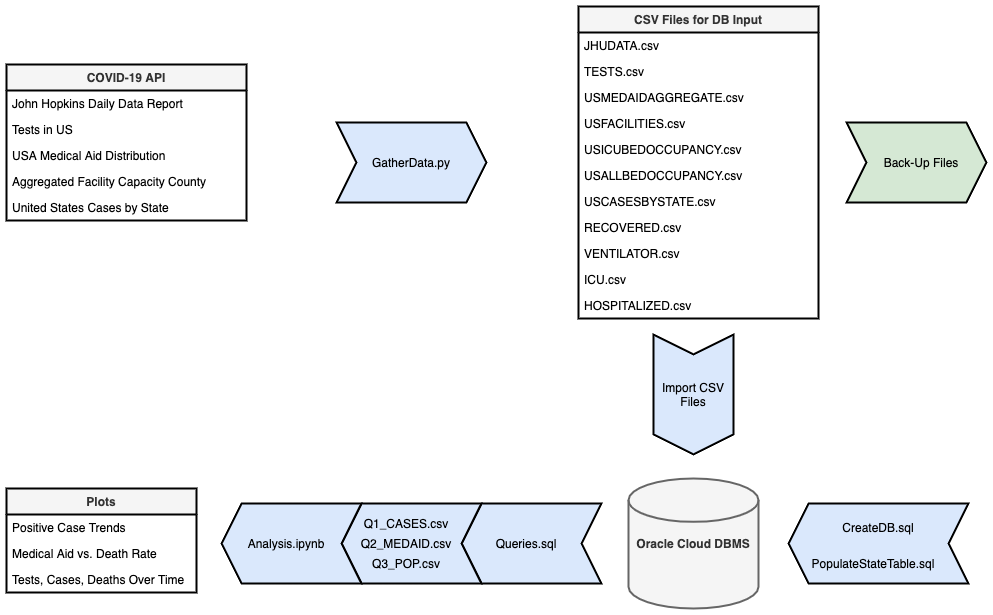
This is diagrams/DataInsertionExtraction.png from sahba-t/covidTracker, a draw.io export, as it was before one commit. Source tidied: cells renumbered, new cells last; positions are measured from the earlier drawing's top-left corner, leaving out a move shared by most shapes. Source of this version:
```xml
<mxGraphModel>
  <root>
    <mxCell id="0" />
    <mxCell id="1" parent="0" />
    <mxCell id="2" style="shape=step;perimeter=stepPerimeter;whiteSpace=wrap;html=1;fixedSize=1;rotation=-180;fillColor=#dae8fc;strokeColor=#000000;strokeWidth=2;" parent="1" vertex="1">
      <mxGeometry x="782" y="497" width="180" height="80" as="geometry" />
    </mxCell>
    <mxCell id="3" value="GatherData.py" style="shape=step;perimeter=stepPerimeter;whiteSpace=wrap;html=1;fixedSize=1;fillColor=#dae8fc;strokeColor=#000000;strokeWidth=2;" parent="1" vertex="1">
      <mxGeometry x="330" y="116" width="150" height="80" as="geometry" />
    </mxCell>
    <mxCell id="4" value="COVID-19 API" style="swimlane;fontStyle=1;horizontal=1;startSize=26;fillColor=#f5f5f5;strokeColor=#000000;fontColor=#333333;strokeWidth=2;" parent="1" vertex="1">
      <mxGeometry y="58" width="240" height="156" as="geometry" />
    </mxCell>
    <mxCell id="5" value="John Hopkins Daily Data Report" style="text;strokeColor=none;fillColor=none;align=left;verticalAlign=top;spacingLeft=4;spacingRight=4;overflow=hidden;" parent="4" vertex="1">
      <mxGeometry y="26" width="240" height="26" as="geometry" />
    </mxCell>
    <mxCell id="6" value="Tests in US" style="text;strokeColor=none;fillColor=none;align=left;verticalAlign=top;spacingLeft=4;spacingRight=4;overflow=hidden;" parent="4" vertex="1">
      <mxGeometry y="52" width="240" height="26" as="geometry" />
    </mxCell>
    <mxCell id="7" value="USA Medical Aid Distribution" style="text;strokeColor=none;fillColor=none;align=left;verticalAlign=top;spacingLeft=4;spacingRight=4;overflow=hidden;" parent="4" vertex="1">
      <mxGeometry y="78" width="240" height="26" as="geometry" />
    </mxCell>
    <mxCell id="8" value="Aggregated Facility Capacity County" style="text;strokeColor=none;fillColor=none;align=left;verticalAlign=top;spacingLeft=4;spacingRight=4;overflow=hidden;" parent="4" vertex="1">
      <mxGeometry y="104" width="240" height="26" as="geometry" />
    </mxCell>
    <mxCell id="9" value="United States Cases by State" style="text;strokeColor=none;fillColor=none;align=left;verticalAlign=top;spacingLeft=4;spacingRight=4;overflow=hidden;" parent="4" vertex="1">
      <mxGeometry y="130" width="240" height="26" as="geometry" />
    </mxCell>
    <mxCell id="10" style="shape=step;perimeter=stepPerimeter;whiteSpace=wrap;html=1;fixedSize=1;rotation=0;fillColor=#d5e8d4;strokeColor=#000000;strokeWidth=2;" parent="1" vertex="1">
      <mxGeometry x="840" y="116" width="140" height="80" as="geometry" />
    </mxCell>
    <mxCell id="11" value="Back-Up Files" style="text;html=1;strokeColor=none;fillColor=none;align=center;verticalAlign=middle;whiteSpace=wrap;rounded=0;" parent="1" vertex="1">
      <mxGeometry x="850" y="146" width="130" height="20" as="geometry" />
    </mxCell>
    <mxCell id="12" value="Oracle Cloud DBMS" style="strokeWidth=2;html=1;shape=mxgraph.flowchart.database;whiteSpace=wrap;fillColor=#f5f5f5;strokeColor=#666666;fontColor=#333333;fontStyle=1;" parent="1" vertex="1">
      <mxGeometry x="622" y="472" width="130" height="130" as="geometry" />
    </mxCell>
    <mxCell id="13" value="CreateDB.sql" style="text;html=1;strokeColor=none;fillColor=none;align=center;verticalAlign=middle;whiteSpace=wrap;rounded=0;" parent="1" vertex="1">
      <mxGeometry x="807" y="511" width="130" height="20" as="geometry" />
    </mxCell>
    <mxCell id="14" value="PopulateStateTable.sql" style="text;html=1;strokeColor=none;fillColor=none;align=center;verticalAlign=middle;whiteSpace=wrap;rounded=0;" parent="1" vertex="1">
      <mxGeometry x="802" y="547" width="130" height="20" as="geometry" />
    </mxCell>
    <mxCell id="15" style="shape=step;perimeter=stepPerimeter;whiteSpace=wrap;html=1;fixedSize=1;rotation=90;fillColor=#dae8fc;strokeColor=#000000;strokeWidth=2;" parent="1" vertex="1">
      <mxGeometry x="627" y="348" width="120" height="80" as="geometry" />
    </mxCell>
    <mxCell id="16" value="Import CSV&lt;br&gt;Files" style="text;html=1;strokeColor=none;fillColor=none;align=center;verticalAlign=middle;whiteSpace=wrap;rounded=0;" parent="1" vertex="1">
      <mxGeometry x="622" y="378" width="130" height="20" as="geometry" />
    </mxCell>
    <mxCell id="17" style="edgeStyle=orthogonalEdgeStyle;rounded=0;orthogonalLoop=1;jettySize=auto;html=1;exitX=0.5;exitY=1;exitDx=0;exitDy=0;" parent="1" edge="1" source="16" target="16">
      <mxGeometry relative="1" as="geometry" />
    </mxCell>
    <mxCell id="18" style="shape=step;perimeter=stepPerimeter;whiteSpace=wrap;html=1;fixedSize=1;rotation=-180;fillColor=#dae8fc;strokeColor=#000000;strokeWidth=2;" parent="1" vertex="1">
      <mxGeometry x="455" y="497" width="140" height="80" as="geometry" />
    </mxCell>
    <mxCell id="19" value="Queries.sql" style="text;html=1;strokeColor=none;fillColor=none;align=center;verticalAlign=middle;whiteSpace=wrap;rounded=0;" parent="1" vertex="1">
      <mxGeometry x="455" y="527" width="130" height="20" as="geometry" />
    </mxCell>
    <mxCell id="20" style="shape=step;perimeter=stepPerimeter;whiteSpace=wrap;html=1;fixedSize=1;rotation=-180;fillColor=#dae8fc;strokeColor=#000000;strokeWidth=2;" parent="1" vertex="1">
      <mxGeometry x="335" y="497" width="140" height="80" as="geometry" />
    </mxCell>
    <mxCell id="21" value="Q2_MEDAID.csv" style="text;html=1;strokeColor=none;fillColor=none;align=center;verticalAlign=middle;whiteSpace=wrap;rounded=0;" parent="1" vertex="1">
      <mxGeometry x="335" y="527" width="130" height="20" as="geometry" />
    </mxCell>
    <mxCell id="22" value="Q1_CASES.csv" style="text;html=1;strokeColor=none;fillColor=none;align=center;verticalAlign=middle;whiteSpace=wrap;rounded=0;" parent="1" vertex="1">
      <mxGeometry x="335" y="507" width="130" height="20" as="geometry" />
    </mxCell>
    <mxCell id="23" value="Q3_POP.csv" style="text;html=1;strokeColor=none;fillColor=none;align=center;verticalAlign=middle;whiteSpace=wrap;rounded=0;" parent="1" vertex="1">
      <mxGeometry x="335" y="547" width="130" height="20" as="geometry" />
    </mxCell>
    <mxCell id="24" style="shape=step;perimeter=stepPerimeter;whiteSpace=wrap;html=1;fixedSize=1;rotation=-180;fillColor=#dae8fc;strokeColor=#000000;strokeWidth=2;" parent="1" vertex="1">
      <mxGeometry x="215" y="497" width="140" height="80" as="geometry" />
    </mxCell>
    <mxCell id="25" value="Analysis.ipynb" style="text;html=1;strokeColor=none;fillColor=none;align=center;verticalAlign=middle;whiteSpace=wrap;rounded=0;" parent="1" vertex="1">
      <mxGeometry x="215" y="527" width="130" height="20" as="geometry" />
    </mxCell>
    <mxCell id="26" value="Plots" style="swimlane;fontStyle=1;horizontal=1;startSize=26;fillColor=#f5f5f5;strokeColor=#000000;fontColor=#333333;strokeWidth=2;" parent="1" vertex="1">
      <mxGeometry y="482" width="190" height="104" as="geometry" />
    </mxCell>
    <mxCell id="27" value="Positive Case Trends" style="text;strokeColor=none;fillColor=none;align=left;verticalAlign=top;spacingLeft=4;spacingRight=4;overflow=hidden;" parent="26" vertex="1">
      <mxGeometry y="26" width="190" height="26" as="geometry" />
    </mxCell>
    <mxCell id="28" value="Medical Aid vs. Death Rate" style="text;strokeColor=none;fillColor=none;align=left;verticalAlign=top;spacingLeft=4;spacingRight=4;overflow=hidden;" parent="26" vertex="1">
      <mxGeometry y="52" width="190" height="26" as="geometry" />
    </mxCell>
    <mxCell id="29" value="Tests, Cases, Deaths Over Time" style="text;strokeColor=none;fillColor=none;align=left;verticalAlign=top;spacingLeft=4;spacingRight=4;overflow=hidden;" parent="26" vertex="1">
      <mxGeometry y="78" width="190" height="26" as="geometry" />
    </mxCell>
    <mxCell id="30" value="CSV Files for DB Input" style="swimlane;fontStyle=1;horizontal=1;startSize=26;fillColor=#f5f5f5;strokeColor=#000000;fontColor=#333333;strokeWidth=2;" parent="1" vertex="1">
      <mxGeometry x="572" width="240" height="312" as="geometry" />
    </mxCell>
    <mxCell id="31" value="JHUDATA.csv" style="text;strokeColor=none;fillColor=none;align=left;verticalAlign=top;spacingLeft=4;spacingRight=4;overflow=hidden;" parent="30" vertex="1">
      <mxGeometry y="26" width="240" height="26" as="geometry" />
    </mxCell>
    <mxCell id="32" value="TESTS.csv" style="text;strokeColor=none;fillColor=none;align=left;verticalAlign=top;spacingLeft=4;spacingRight=4;overflow=hidden;" parent="30" vertex="1">
      <mxGeometry y="52" width="240" height="26" as="geometry" />
    </mxCell>
    <mxCell id="33" value="USMEDAIDAGGREGATE.csv" style="text;strokeColor=none;fillColor=none;align=left;verticalAlign=top;spacingLeft=4;spacingRight=4;overflow=hidden;" parent="30" vertex="1">
      <mxGeometry y="78" width="240" height="26" as="geometry" />
    </mxCell>
    <mxCell id="34" value="USFACILITIES.csv" style="text;strokeColor=none;fillColor=none;align=left;verticalAlign=top;spacingLeft=4;spacingRight=4;overflow=hidden;" parent="30" vertex="1">
      <mxGeometry y="104" width="240" height="26" as="geometry" />
    </mxCell>
    <mxCell id="35" value="USICUBEDOCCUPANCY.csv" style="text;strokeColor=none;fillColor=none;align=left;verticalAlign=top;spacingLeft=4;spacingRight=4;overflow=hidden;" parent="30" vertex="1">
      <mxGeometry y="130" width="240" height="26" as="geometry" />
    </mxCell>
    <mxCell id="36" value="USALLBEDOCCUPANCY.csv" style="text;strokeColor=none;fillColor=none;align=left;verticalAlign=top;spacingLeft=4;spacingRight=4;overflow=hidden;" parent="30" vertex="1">
      <mxGeometry y="156" width="240" height="26" as="geometry" />
    </mxCell>
    <mxCell id="37" value="USCASESBYSTATE.csv" style="text;strokeColor=none;fillColor=none;align=left;verticalAlign=top;spacingLeft=4;spacingRight=4;overflow=hidden;" parent="30" vertex="1">
      <mxGeometry y="182" width="240" height="26" as="geometry" />
    </mxCell>
    <mxCell id="38" value="RECOVERED.csv" style="text;strokeColor=none;fillColor=none;align=left;verticalAlign=top;spacingLeft=4;spacingRight=4;overflow=hidden;" parent="30" vertex="1">
      <mxGeometry y="208" width="240" height="26" as="geometry" />
    </mxCell>
    <mxCell id="39" value="VENTILATOR.csv" style="text;strokeColor=none;fillColor=none;align=left;verticalAlign=top;spacingLeft=4;spacingRight=4;overflow=hidden;" parent="30" vertex="1">
      <mxGeometry y="234" width="240" height="26" as="geometry" />
    </mxCell>
    <mxCell id="40" value="ICU.csv" style="text;strokeColor=none;fillColor=none;align=left;verticalAlign=top;spacingLeft=4;spacingRight=4;overflow=hidden;" parent="30" vertex="1">
      <mxGeometry y="260" width="240" height="26" as="geometry" />
    </mxCell>
    <mxCell id="41" value="HOSPITALIZED.csv" style="text;strokeColor=none;fillColor=none;align=left;verticalAlign=top;spacingLeft=4;spacingRight=4;overflow=hidden;" parent="30" vertex="1">
      <mxGeometry y="286" width="240" height="26" as="geometry" />
    </mxCell>
  </root>
</mxGraphModel>
```
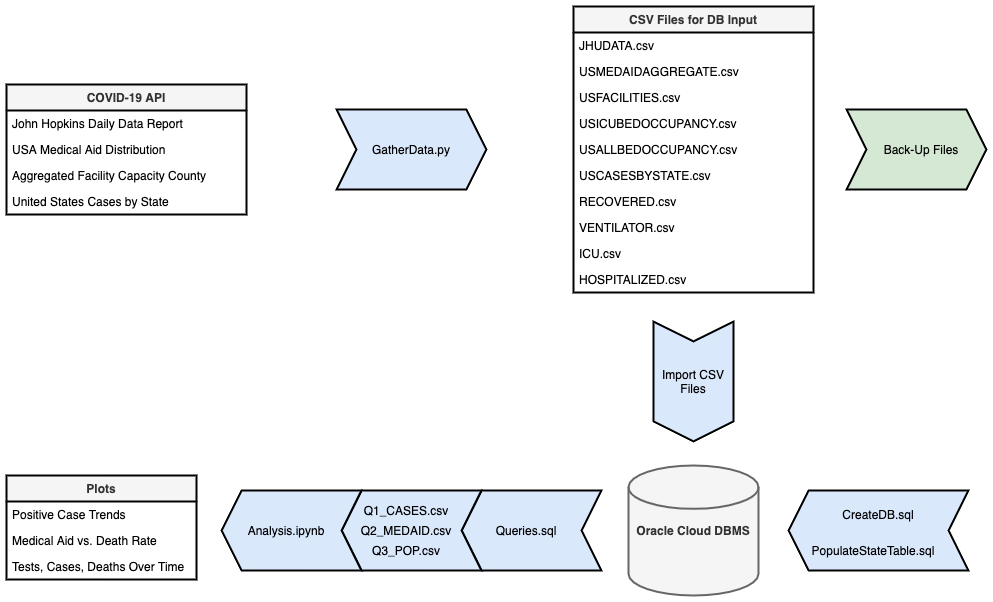
After the commit.

Diff of the diagram source:
```diff
@@ -8,24 +8,6 @@
     <mxCell id="3" value="GatherData.py" style="shape=step;perimeter=stepPerimeter;whiteSpace=wrap;html=1;fixedSize=1;fillColor=#dae8fc;strokeColor=#000000;strokeWidth=2;" parent="1" vertex="1">
       <mxGeometry x="330" y="116" width="150" height="80" as="geometry" />
     </mxCell>
-    <mxCell id="4" value="COVID-19 API" style="swimlane;fontStyle=1;horizontal=1;startSize=26;fillColor=#f5f5f5;strokeColor=#000000;fontColor=#333333;strokeWidth=2;" parent="1" vertex="1">
-      <mxGeometry y="58" width="240" height="156" as="geometry" />
-    </mxCell>
-    <mxCell id="5" value="John Hopkins Daily Data Report" style="text;strokeColor=none;fillColor=none;align=left;verticalAlign=top;spacingLeft=4;spacingRight=4;overflow=hidden;" parent="4" vertex="1">
-      <mxGeometry y="26" width="240" height="26" as="geometry" />
-    </mxCell>
-    <mxCell id="6" value="Tests in US" style="text;strokeColor=none;fillColor=none;align=left;verticalAlign=top;spacingLeft=4;spacingRight=4;overflow=hidden;" parent="4" vertex="1">
-      <mxGeometry y="52" width="240" height="26" as="geometry" />
-    </mxCell>
-    <mxCell id="7" value="USA Medical Aid Distribution" style="text;strokeColor=none;fillColor=none;align=left;verticalAlign=top;spacingLeft=4;spacingRight=4;overflow=hidden;" parent="4" vertex="1">
-      <mxGeometry y="78" width="240" height="26" as="geometry" />
-    </mxCell>
-    <mxCell id="8" value="Aggregated Facility Capacity County" style="text;strokeColor=none;fillColor=none;align=left;verticalAlign=top;spacingLeft=4;spacingRight=4;overflow=hidden;" parent="4" vertex="1">
-      <mxGeometry y="104" width="240" height="26" as="geometry" />
-    </mxCell>
-    <mxCell id="9" value="United States Cases by State" style="text;strokeColor=none;fillColor=none;align=left;verticalAlign=top;spacingLeft=4;spacingRight=4;overflow=hidden;" parent="4" vertex="1">
-      <mxGeometry y="130" width="240" height="26" as="geometry" />
-    </mxCell>
     <mxCell id="10" style="shape=step;perimeter=stepPerimeter;whiteSpace=wrap;html=1;fixedSize=1;rotation=0;fillColor=#d5e8d4;strokeColor=#000000;strokeWidth=2;" parent="1" vertex="1">
       <mxGeometry x="840" y="116" width="140" height="80" as="geometry" />
     </mxCell>
@@ -86,41 +68,53 @@
     <mxCell id="29" value="Tests, Cases, Deaths Over Time" style="text;strokeColor=none;fillColor=none;align=left;verticalAlign=top;spacingLeft=4;spacingRight=4;overflow=hidden;" parent="26" vertex="1">
       <mxGeometry y="78" width="190" height="26" as="geometry" />
     </mxCell>
+    <mxCell id="4" value="COVID-19 API" style="swimlane;fontStyle=1;horizontal=1;startSize=26;fillColor=#f5f5f5;strokeColor=#000000;fontColor=#333333;strokeWidth=2;" parent="1" vertex="1">
+      <mxGeometry y="91" width="240" height="130" as="geometry" />
+    </mxCell>
+    <mxCell id="5" value="John Hopkins Daily Data Report" style="text;strokeColor=none;fillColor=none;align=left;verticalAlign=top;spacingLeft=4;spacingRight=4;overflow=hidden;" parent="4" vertex="1">
+      <mxGeometry y="26" width="240" height="26" as="geometry" />
+    </mxCell>
+    <mxCell id="7" value="USA Medical Aid Distribution" style="text;strokeColor=none;fillColor=none;align=left;verticalAlign=top;spacingLeft=4;spacingRight=4;overflow=hidden;" parent="4" vertex="1">
+      <mxGeometry y="52" width="240" height="26" as="geometry" />
+    </mxCell>
+    <mxCell id="8" value="Aggregated Facility Capacity County" style="text;strokeColor=none;fillColor=none;align=left;verticalAlign=top;spacingLeft=4;spacingRight=4;overflow=hidden;" parent="4" vertex="1">
+      <mxGeometry y="78" width="240" height="26" as="geometry" />
+    </mxCell>
+    <mxCell id="9" value="United States Cases by State" style="text;strokeColor=none;fillColor=none;align=left;verticalAlign=top;spacingLeft=4;spacingRight=4;overflow=hidden;" parent="4" vertex="1">
+      <mxGeometry y="104" width="240" height="26" as="geometry" />
+    </mxCell>
     <mxCell id="30" value="CSV Files for DB Input" style="swimlane;fontStyle=1;horizontal=1;startSize=26;fillColor=#f5f5f5;strokeColor=#000000;fontColor=#333333;strokeWidth=2;" parent="1" vertex="1">
-      <mxGeometry x="572" width="240" height="312" as="geometry" />
+      <mxGeometry x="567" y="13" width="240" height="286" as="geometry" />
     </mxCell>
     <mxCell id="31" value="JHUDATA.csv" style="text;strokeColor=none;fillColor=none;align=left;verticalAlign=top;spacingLeft=4;spacingRight=4;overflow=hidden;" parent="30" vertex="1">
       <mxGeometry y="26" width="240" height="26" as="geometry" />
     </mxCell>
-    <mxCell id="32" value="TESTS.csv" style="text;strokeColor=none;fillColor=none;align=left;verticalAlign=top;spacingLeft=4;spacingRight=4;overflow=hidden;" parent="30" vertex="1">
-      <mxGeometry y="52" width="240" height="26" as="geometry" />
-    </mxCell>
     <mxCell id="33" value="USMEDAIDAGGREGATE.csv" style="text;strokeColor=none;fillColor=none;align=left;verticalAlign=top;spacingLeft=4;spacingRight=4;overflow=hidden;" parent="30" vertex="1">
-      <mxGeometry y="78" width="240" height="26" as="geometry" />
+      <mxGeometry y="52" width="240" height="26" as="geometry" />
     </mxCell>
     <mxCell id="34" value="USFACILITIES.csv" style="text;strokeColor=none;fillColor=none;align=left;verticalAlign=top;spacingLeft=4;spacingRight=4;overflow=hidden;" parent="30" vertex="1">
-      <mxGeometry y="104" width="240" height="26" as="geometry" />
+      <mxGeometry y="78" width="240" height="26" as="geometry" />
     </mxCell>
     <mxCell id="35" value="USICUBEDOCCUPANCY.csv" style="text;strokeColor=none;fillColor=none;align=left;verticalAlign=top;spacingLeft=4;spacingRight=4;overflow=hidden;" parent="30" vertex="1">
-      <mxGeometry y="130" width="240" height="26" as="geometry" />
+      <mxGeometry y="104" width="240" height="26" as="geometry" />
     </mxCell>
     <mxCell id="36" value="USALLBEDOCCUPANCY.csv" style="text;strokeColor=none;fillColor=none;align=left;verticalAlign=top;spacingLeft=4;spacingRight=4;overflow=hidden;" parent="30" vertex="1">
-      <mxGeometry y="156" width="240" height="26" as="geometry" />
+      <mxGeometry y="130" width="240" height="26" as="geometry" />
     </mxCell>
     <mxCell id="37" value="USCASESBYSTATE.csv" style="text;strokeColor=none;fillColor=none;align=left;verticalAlign=top;spacingLeft=4;spacingRight=4;overflow=hidden;" parent="30" vertex="1">
-      <mxGeometry y="182" width="240" height="26" as="geometry" />
+      <mxGeometry y="156" width="240" height="26" as="geometry" />
     </mxCell>
     <mxCell id="38" value="RECOVERED.csv" style="text;strokeColor=none;fillColor=none;align=left;verticalAlign=top;spacingLeft=4;spacingRight=4;overflow=hidden;" parent="30" vertex="1">
-      <mxGeometry y="208" width="240" height="26" as="geometry" />
+      <mxGeometry y="182" width="240" height="26" as="geometry" />
     </mxCell>
     <mxCell id="39" value="VENTILATOR.csv" style="text;strokeColor=none;fillColor=none;align=left;verticalAlign=top;spacingLeft=4;spacingRight=4;overflow=hidden;" parent="30" vertex="1">
-      <mxGeometry y="234" width="240" height="26" as="geometry" />
+      <mxGeometry y="208" width="240" height="26" as="geometry" />
     </mxCell>
     <mxCell id="40" value="ICU.csv" style="text;strokeColor=none;fillColor=none;align=left;verticalAlign=top;spacingLeft=4;spacingRight=4;overflow=hidden;" parent="30" vertex="1">
-      <mxGeometry y="260" width="240" height="26" as="geometry" />
+      <mxGeometry y="234" width="240" height="26" as="geometry" />
     </mxCell>
     <mxCell id="41" value="HOSPITALIZED.csv" style="text;strokeColor=none;fillColor=none;align=left;verticalAlign=top;spacingLeft=4;spacingRight=4;overflow=hidden;" parent="30" vertex="1">
-      <mxGeometry y="286" width="240" height="26" as="geometry" />
+      <mxGeometry y="260" width="240" height="26" as="geometry" />
     </mxCell>
   </root>
 </mxGraphModel>
```
